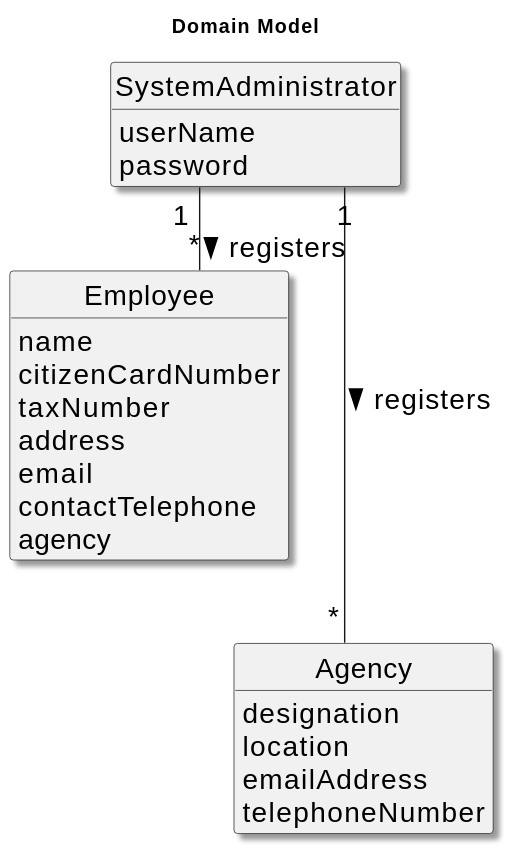
This is docs/sprintA/us003/02.analysis/svg/us003-domain-model.svg from Goncalves2525/real-estate-management-system, a PlantUML export, as it was before one commit.
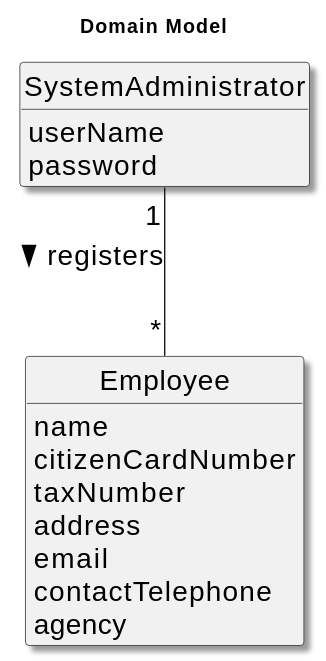
The same diagram one commit later.

What changed in the source:
```diff
@@ -29,14 +29,6 @@
     agency
 }
 
-class Agency{
-    designation
-    location
-    emailAddress
-    telephoneNumber
 
-}
-
-SystemAdministrator "1" -- "*" Employee : registers >
-SystemAdministrator "1" --- "*" Agency : registers >
+SystemAdministrator "1" --- "*" Employee : registers >
 @enduml
```
